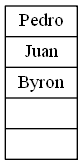
ByLy23/Scrabble_CPP keeps this Graphviz diagram as postOrden.png. Above is the earlier version. Its source is kept beside it as postOrden.dot.
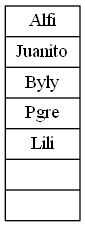
After the change.

Diff of the diagram source:
```diff
@@ -1,4 +1,4 @@
 digraph graficaPostrden{
  linkdir=LR
- arreglo[shape= record label= "{Pedro|Juan|Byron||}"];
+ arreglo[shape= record label= "{Alfi|Juanito|Byly|Pgre|Lili||}"];
 }
```
